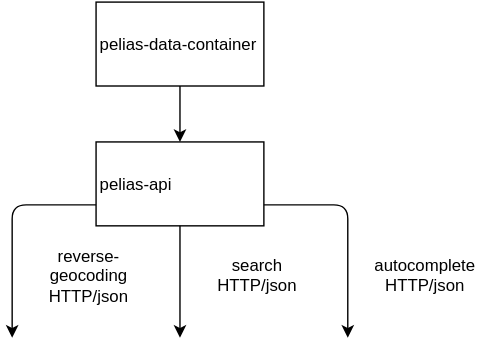
Before: src/pages/en/developers/architecture/x-apis/3-geocoding-api/architecture.svg, a diagram exported from draw.io (HSLdevcom/digitransit-site). Source tidied: cells renumbered, new cells last; positions are measured from the earlier drawing's top-left corner, leaving out a move shared by most shapes.
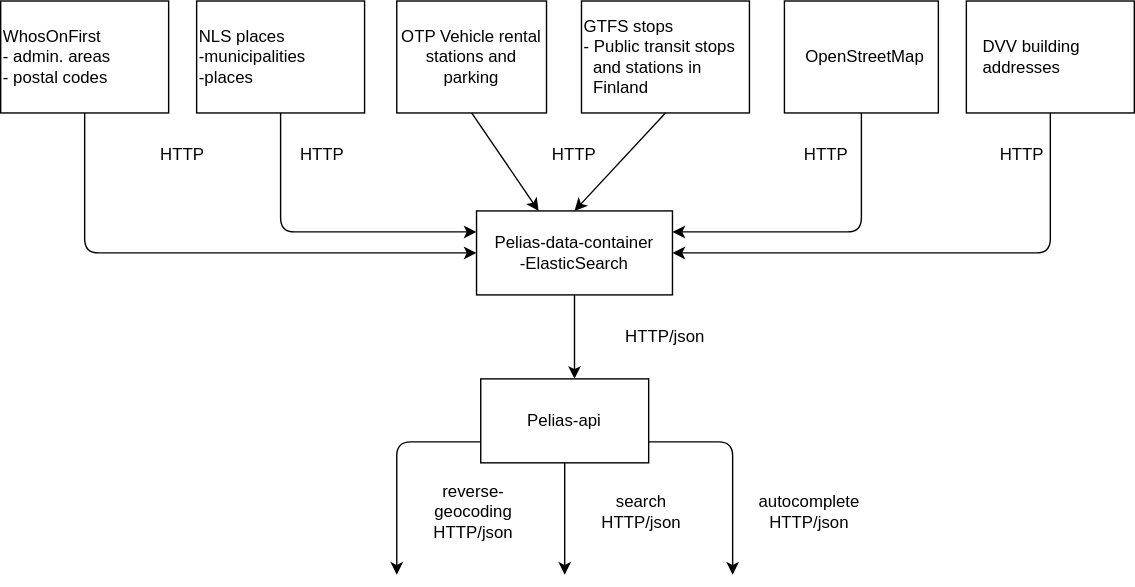
Above is the later version.

Diff of the diagram source:
```diff
@@ -2,44 +2,116 @@
   <root>
     <mxCell id="0" />
     <mxCell id="1" parent="0" />
-    <mxCell id="2" value="pelias-data-container" style="whiteSpace=wrap;html=1;rounded=0;shadow=0;glass=0;strokeColor=#000000;fillColor=#FFFFFF;align=left;" parent="1" vertex="1">
-      <mxGeometry x="60" width="120" height="60" as="geometry" />
+    <mxCell id="2" value="Pelias-data-container&lt;div&gt;-E&lt;span style=&quot;line-height: 1.2&quot;&gt;lasticSearch&lt;/span&gt;&lt;/div&gt;" style="whiteSpace=wrap;html=1;rounded=0;shadow=0;glass=0;strokeColor=#000000;fillColor=#FFFFFF;align=center;" parent="1" vertex="1">
+      <mxGeometry x="270" y="180" width="140" height="60" as="geometry" />
     </mxCell>
-    <mxCell id="3" value="pelias-api" style="whiteSpace=wrap;html=1;rounded=0;shadow=0;glass=0;strokeColor=#000000;fillColor=#FFFFFF;align=left;" parent="1" vertex="1">
-      <mxGeometry x="60" y="100" width="120" height="60" as="geometry" />
+    <mxCell id="3" value="WhosOnFirst&lt;div&gt;- admin. areas&lt;/div&gt;&lt;div&gt;- postal codes&lt;/div&gt;" style="whiteSpace=wrap;html=1;rounded=0;shadow=0;glass=0;strokeColor=#000000;fillColor=#FFFFFF;align=left;" parent="1" vertex="1">
+      <mxGeometry x="-70" y="30" width="120" height="80" as="geometry" />
     </mxCell>
-    <mxCell id="4" style="endArrow=classic;html=1;exitX=0.5;exitY=1;entryX=0.5;entryY=0;" parent="1" edge="1" source="2" target="3">
-      <mxGeometry relative="1" as="geometry" />
+    <mxCell id="4" value="NLS places&lt;br&gt;-municipalities&lt;div&gt;-places&lt;/div&gt;" style="whiteSpace=wrap;html=1;rounded=0;shadow=0;glass=0;strokeColor=#000000;fillColor=#FFFFFF;align=left;" parent="1" vertex="1">
+      <mxGeometry x="70" y="30" width="120" height="80" as="geometry" />
     </mxCell>
-    <mxCell id="5" style="endArrow=classic;html=1;exitX=0;exitY=0.75;" parent="1" edge="1" source="3">
-      <mxGeometry relative="1" as="geometry">
-        <mxPoint y="240" as="targetPoint" />
-        <Array as="points">
-          <mxPoint y="145" />
-        </Array>
-      </mxGeometry>
+    <mxCell id="5" value="GTFS stops&lt;div&gt;- Public transit stops&amp;nbsp;&lt;/div&gt;&lt;div&gt;&amp;nbsp; and stations in&lt;/div&gt;&lt;div&gt;&amp;nbsp; Finland&lt;/div&gt;" style="whiteSpace=wrap;html=1;rounded=0;shadow=0;glass=0;strokeColor=#000000;fillColor=#FFFFFF;align=left;" parent="1" vertex="1">
+      <mxGeometry x="345" y="30" width="120" height="80" as="geometry" />
     </mxCell>
-    <mxCell id="6" style="endArrow=classic;html=1;exitX=0.5;exitY=1;" parent="1" edge="1" source="3">
-      <mxGeometry relative="1" as="geometry">
-        <mxPoint x="120" y="240" as="targetPoint" />
-      </mxGeometry>
+    <mxCell id="6" value="&amp;nbsp; &amp;nbsp; OpenStreetMap" style="whiteSpace=wrap;html=1;rounded=0;shadow=0;glass=0;strokeColor=#000000;fillColor=#FFFFFF;align=left;" parent="1" vertex="1">
+      <mxGeometry x="490" y="30" width="110" height="80" as="geometry" />
     </mxCell>
-    <mxCell id="7" style="endArrow=classic;html=1;exitX=1;exitY=0.75;" parent="1" edge="1" source="3">
-      <mxGeometry relative="1" as="geometry">
-        <mxPoint x="240" y="240" as="targetPoint" />
-        <Array as="points">
-          <mxPoint x="240" y="145" />
-        </Array>
-      </mxGeometry>
+    <mxCell id="7" value="&lt;span&gt;&amp;nbsp;&amp;nbsp; DVV building&amp;nbsp;&lt;/span&gt;&lt;br&gt;&lt;div&gt;&amp;nbsp; &amp;nbsp;addresses&lt;/div&gt;" style="whiteSpace=wrap;html=1;rounded=0;shadow=0;glass=0;strokeColor=#000000;fillColor=#FFFFFF;align=left;" parent="1" vertex="1">
+      <mxGeometry x="620" y="30" width="120" height="80" as="geometry" />
     </mxCell>
+    <mxCell id="10" style="endArrow=classic;html=1;exitX=0.5;exitY=1;entryX=0.5;entryY=0;" parent="1" edge="1" source="5" target="2">
+      <mxGeometry relative="1" as="geometry" />
+    </mxCell>
+    <mxCell id="11" style="endArrow=classic;html=1;exitX=0.5;exitY=1;entryX=0;entryY=0.5;" parent="1" edge="1" source="3" target="2">
+      <mxGeometry relative="1" as="geometry">
+        <Array as="points">
+          <mxPoint x="-10" y="210" />
+        </Array>
+      </mxGeometry>
+    </mxCell>
+    <mxCell id="12" style="endArrow=classic;html=1;exitX=0.5;exitY=1;entryX=1;entryY=0.5;" parent="1" edge="1" source="7" target="2">
+      <mxGeometry relative="1" as="geometry">
+        <Array as="points">
+          <mxPoint x="680" y="210" />
+        </Array>
+      </mxGeometry>
+    </mxCell>
+    <mxCell id="13" style="endArrow=classic;html=1;exitX=0.5;exitY=1;entryX=0;entryY=0.25;" parent="1" edge="1" source="4" target="2">
+      <mxGeometry relative="1" as="geometry">
+        <Array as="points">
+          <mxPoint x="130" y="195" />
+        </Array>
+      </mxGeometry>
+    </mxCell>
+    <mxCell id="14" style="endArrow=classic;html=1;exitX=0.5;exitY=1;entryX=1;entryY=0.25;" parent="1" edge="1" source="6" target="2">
+      <mxGeometry relative="1" as="geometry">
+        <Array as="points">
+          <mxPoint x="545" y="195" />
+        </Array>
+      </mxGeometry>
+    </mxCell>
+    <mxCell id="15" style="endArrow=classic;html=1;exitX=0.5;exitY=1;" parent="1" edge="1" source="2">
+      <mxGeometry relative="1" as="geometry">
+        <mxPoint x="340" y="300" as="targetPoint" />
+      </mxGeometry>
+    </mxCell>
+    <mxCell id="16" value="HTTP" style="text;html=1;strokeColor=none;fillColor=none;align=center;verticalAlign=middle;whiteSpace=wrap;overflow=hidden;rounded=0;shadow=0;glass=0;" parent="1" vertex="1">
+      <mxGeometry x="40" y="130" width="40" height="20" as="geometry" />
+    </mxCell>
+    <mxCell id="17" value="HTTP" style="text;html=1;strokeColor=none;fillColor=none;align=center;verticalAlign=middle;whiteSpace=wrap;overflow=hidden;rounded=0;shadow=0;glass=0;" parent="1" vertex="1">
+      <mxGeometry x="140" y="130" width="40" height="20" as="geometry" />
+    </mxCell>
+    <mxCell id="18" value="HTTP" style="text;html=1;strokeColor=none;fillColor=none;align=center;verticalAlign=middle;whiteSpace=wrap;overflow=hidden;rounded=0;shadow=0;glass=0;" parent="1" vertex="1">
+      <mxGeometry x="320" y="130" width="40" height="20" as="geometry" />
+    </mxCell>
+    <mxCell id="19" value="HTTP" style="text;html=1;strokeColor=none;fillColor=none;align=center;verticalAlign=middle;whiteSpace=wrap;overflow=hidden;rounded=0;shadow=0;glass=0;" parent="1" vertex="1">
+      <mxGeometry x="500" y="130" width="40" height="20" as="geometry" />
+    </mxCell>
+    <mxCell id="20" value="HTTP" style="text;html=1;strokeColor=none;fillColor=none;align=center;verticalAlign=middle;whiteSpace=wrap;overflow=hidden;rounded=0;shadow=0;glass=0;" parent="1" vertex="1">
+      <mxGeometry x="640" y="130" width="40" height="20" as="geometry" />
+    </mxCell>
+    <mxCell id="21" value="HTTP/json" style="text;html=1;strokeColor=none;fillColor=none;align=center;verticalAlign=middle;whiteSpace=wrap;overflow=hidden;rounded=0;shadow=0;glass=0;" parent="1" vertex="1">
+      <mxGeometry x="370" y="260" width="70" height="20" as="geometry" />
+    </mxCell>
+    <mxCell id="22" style="rounded=0;jettySize=auto;html=1;entryX=0.317;entryY=0;entryDx=0;entryDy=0;entryPerimeter=0;exitX=0.5;exitY=1;exitDx=0;exitDy=0;" parent="1" edge="1" source="23" target="2">
+      <mxGeometry relative="1" as="geometry" />
+    </mxCell>
+    <mxCell id="23" value="OTP Vehicle rental stations and parking" style="whiteSpace=wrap;html=1;rounded=0;shadow=0;glass=0;strokeColor=#000000;fillColor=#FFFFFF;align=center;" parent="1" vertex="1">
+      <mxGeometry x="213" y="30" width="107" height="80" as="geometry" />
+    </mxCell>
+    <mxCell id="24" value="&lt;div align=&quot;center&quot;&gt;Pelias-api&lt;/div&gt;" style="whiteSpace=wrap;html=1;rounded=0;shadow=0;glass=0;strokeColor=#000000;fillColor=#FFFFFF;align=center;" parent="1" vertex="1">
+      <mxGeometry x="273" y="300" width="120" height="60" as="geometry" />
+    </mxCell>
+    <mxCell id="25" style="endArrow=classic;html=1;exitX=0;exitY=0.75;" parent="1" edge="1" source="24">
+      <mxGeometry relative="1" as="geometry">
+        <mxPoint x="213" y="440" as="targetPoint" />
+        <Array as="points">
+          <mxPoint x="213" y="345" />
+        </Array>
+      </mxGeometry>
+    </mxCell>
+    <mxCell id="26" style="endArrow=classic;html=1;exitX=0.5;exitY=1;" parent="1" edge="1" source="24">
+      <mxGeometry relative="1" as="geometry">
+        <mxPoint x="333" y="440" as="targetPoint" />
+      </mxGeometry>
+    </mxCell>
+    <mxCell id="27" style="endArrow=classic;html=1;exitX=1;exitY=0.75;" parent="1" edge="1" source="24">
+      <mxGeometry relative="1" as="geometry">
+        <mxPoint x="453" y="440" as="targetPoint" />
+        <Array as="points">
+          <mxPoint x="453" y="345" />
+        </Array>
+      </mxGeometry>
+    </mxCell>
     <mxCell id="8" value="reverse-geocoding&lt;div&gt;HTTP/json&lt;/div&gt;" style="text;html=1;strokeColor=none;fillColor=none;align=center;verticalAlign=middle;whiteSpace=wrap;overflow=hidden;rounded=0;shadow=0;glass=0;" parent="1" vertex="1">
-      <mxGeometry x="10" y="170" width="90" height="50" as="geometry" />
+      <mxGeometry x="223" y="370" width="90" height="50" as="geometry" />
     </mxCell>
     <mxCell id="9" value="&lt;div&gt;search&lt;/div&gt;&lt;div&gt;HTTP/json&lt;/div&gt;" style="text;html=1;strokeColor=none;fillColor=none;align=center;verticalAlign=middle;whiteSpace=wrap;overflow=hidden;rounded=0;shadow=0;glass=0;" parent="1" vertex="1">
-      <mxGeometry x="130" y="170" width="90" height="50" as="geometry" />
+      <mxGeometry x="343" y="370" width="90" height="50" as="geometry" />
     </mxCell>
-    <mxCell id="10" value="&lt;div&gt;autocomplete&lt;/div&gt;&lt;div&gt;HTTP/json&lt;/div&gt;" style="text;html=1;strokeColor=none;fillColor=none;align=center;verticalAlign=middle;whiteSpace=wrap;overflow=hidden;rounded=0;shadow=0;glass=0;" parent="1" vertex="1">
-      <mxGeometry x="250" y="170" width="90" height="50" as="geometry" />
-    </mxCell>
+    <mxCell id="28" value="&lt;div&gt;autocomplete&lt;/div&gt;&lt;div&gt;HTTP/json&lt;/div&gt;" style="text;html=1;strokeColor=none;fillColor=none;align=center;verticalAlign=middle;whiteSpace=wrap;overflow=hidden;rounded=0;shadow=0;glass=0;" parent="1" vertex="1">
+      <mxGeometry x="463" y="370" width="90" height="50" as="geometry" />
+    </mxCell>
   </root>
 </mxGraphModel>
```
